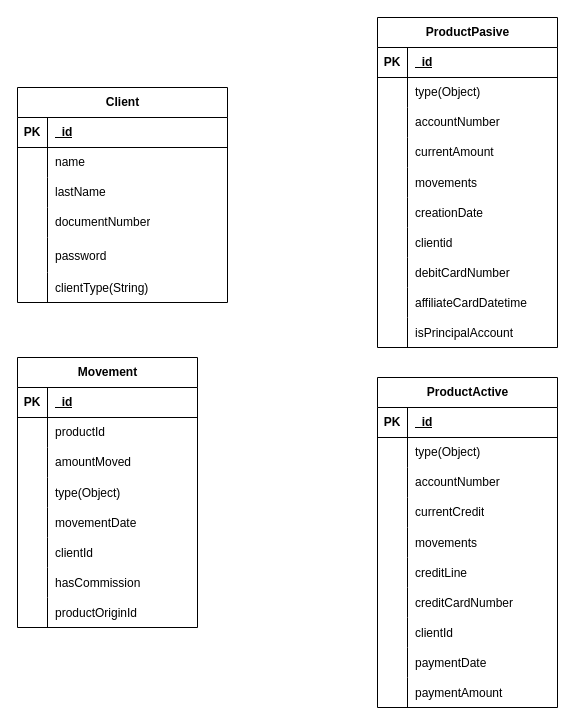
Before: Diagrama de base de datos.drawio in Bootcamp49/Diagrams, a draw.io diagram. Source tidied: cells renumbered, new cells numbered last; positions are measured from the earlier drawing's top-left corner, leaving out a move shared by most shapes. Both pictures are drawn from the tidied source at 100%, with x=0, y=0 at pixel (17, 17).
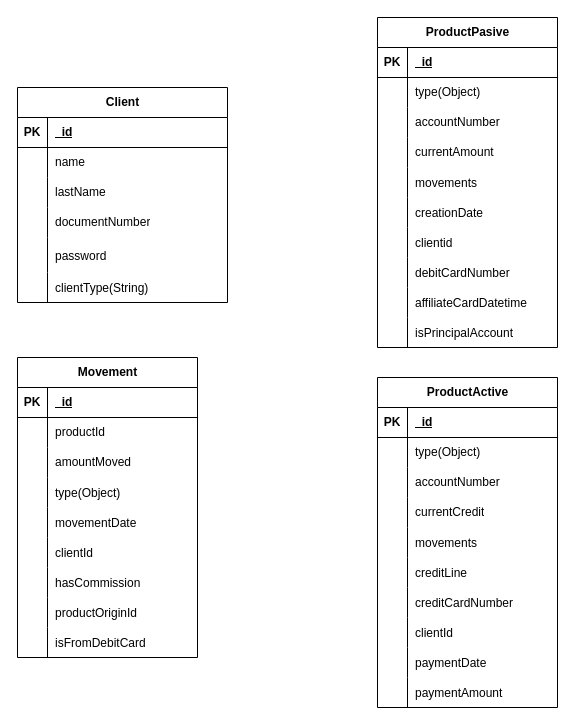
After the change.

Commit message (it also covers changes not shown here):
Updated architecture and database diagrams

What changed in the source:
```diff
@@
     <mxCell id="83" value="Movement" style="shape=table;startSize=30;childLayout=tableLayout;rowLines=0;fontStyle=1;align=center;html=1;" parent="1" vertex="1">
-      <mxGeometry y="340" width="180" height="270" as="geometry" />
+      <mxGeometry y="340" width="180" height="300" as="geometry" />
     </mxCell>
@@
+    <mxCell id="108" style="shape=tableRow;horizontal=0;startSize=0;swimlaneHead=0;swimlaneBody=0;fillColor=none;top=0;left=0;right=0;bottom=0;" parent="83" vertex="1">
+      <mxGeometry y="270" width="180" height="30" as="geometry" />
+    </mxCell>
+    <mxCell id="109" style="shape=partialRectangle;fillColor=none;top=0;left=0;bottom=0;right=0;overflow=hidden;" parent="108" vertex="1">
+      <mxGeometry width="30" height="30" as="geometry" />
+    </mxCell>
+    <mxCell id="110" value="isFromDebitCard" style="shape=partialRectangle;fillColor=none;top=0;left=0;bottom=0;right=0;align=left;spacingLeft=6;overflow=hidden;" parent="108" vertex="1">
+      <mxGeometry x="30" width="150" height="30" as="geometry" />
+    </mxCell>
```
